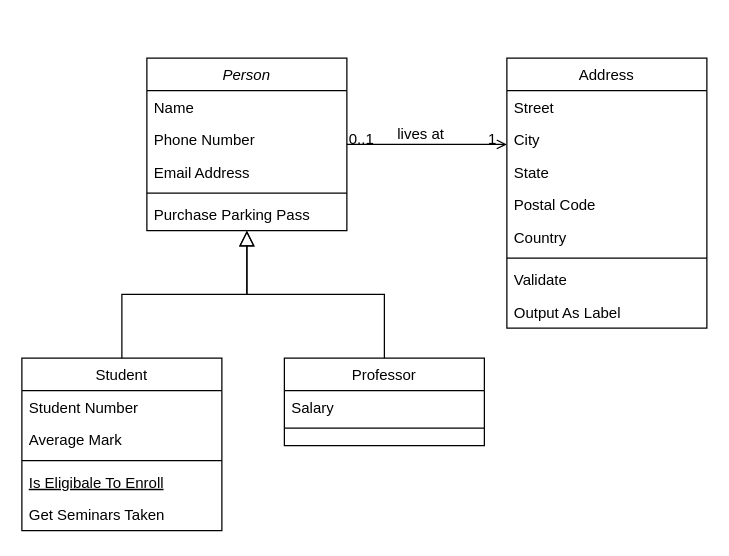
The draw.io diagram documentation/CoreClassesUML.drawio in big-dill/se-group-project, before the edit. Source tidied: cells renumbered, new cells numbered last; positions are measured from the earlier drawing's top-left corner, leaving out a move shared by most shapes. Both pictures are drawn from the tidied source at 125%, with x=0, y=0 at pixel (21, 58).
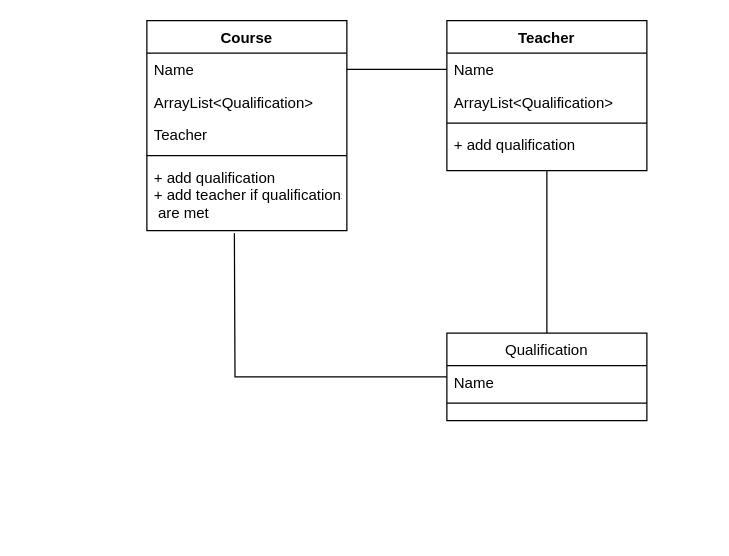
After the change.

Unchanged cells that the change refers to:
```xml
<mxCell id="3" value="Name" style="text;align=left;verticalAlign=top;spacingLeft=4;spacingRight=4;overflow=hidden;points=[[0,0.5],[1,0.5]];portConstraint=eastwest;" parent="2" vertex="1">
  <mxGeometry y="26" width="160" height="26" as="geometry" />
</mxCell>
```

Change to the diagram source:
```diff
@@
+    <mxCell id="32" style="edgeStyle=orthogonalEdgeStyle;rounded=0;jettySize=auto;html=1;entryX=0;entryY=0.5;entryDx=0;entryDy=0;endArrow=none;endFill=0;exitX=1;exitY=0.5;exitDx=0;exitDy=0;" parent="1" edge="1" source="3" target="20">
+      <mxGeometry relative="1" as="geometry" />
+    </mxCell>
-    <mxCell id="2" value="Person" style="swimlane;fontStyle=2;align=center;verticalAlign=top;horizontal=1;startSize=26;rounded=0;shadow=0;strokeWidth=1;" parent="1" vertex="1">
-      <mxGeometry x="100" width="160" height="138" as="geometry" />
+    <mxCell id="2" value="Course" style="swimlane;fontStyle=1;align=center;verticalAlign=top;horizontal=1;startSize=26;rounded=0;shadow=0;strokeWidth=1;" parent="1" vertex="1">
+      <mxGeometry x="100" y="-30" width="160" height="168" as="geometry" />
     </mxCell>
@@
-    <mxCell id="4" value="Phone Number" style="text;align=left;verticalAlign=top;spacingLeft=4;spacingRight=4;overflow=hidden;rounded=0;shadow=0;html=0;" parent="2" vertex="1">
+    <mxCell id="4" value="ArrayList&lt;Qualification&gt;" style="text;align=left;verticalAlign=top;spacingLeft=4;spacingRight=4;overflow=hidden;rounded=0;shadow=0;html=0;" parent="2" vertex="1">
       <mxGeometry y="52" width="160" height="26" as="geometry" />
     </mxCell>
-    <mxCell id="5" value="Email Address" style="text;align=left;verticalAlign=top;spacingLeft=4;spacingRight=4;overflow=hidden;rounded=0;shadow=0;html=0;" parent="2" vertex="1">
+    <mxCell id="5" value="Teacher" style="text;align=left;verticalAlign=top;spacingLeft=4;spacingRight=4;overflow=hidden;rounded=0;shadow=0;html=0;" parent="2" vertex="1">
       <mxGeometry y="78" width="160" height="26" as="geometry" />
     </mxCell>
@@
-    <mxCell id="7" value="Purchase Parking Pass" style="text;align=left;verticalAlign=top;spacingLeft=4;spacingRight=4;overflow=hidden;" parent="2" vertex="1">
-      <mxGeometry y="112" width="160" height="26" as="geometry" />
+    <mxCell id="7" value="+ add qualification&#10;+ add teacher if qualifications&#10; are met " style="text;align=left;verticalAlign=top;spacingLeft=4;spacingRight=4;overflow=hidden;" parent="2" vertex="1">
+      <mxGeometry y="112" width="160" height="48" as="geometry" />
     </mxCell>
-    <mxCell id="8" value="Student" style="swimlane;fontStyle=0;align=center;verticalAlign=top;horizontal=1;startSize=26;rounded=0;shadow=0;strokeWidth=1;" parent="1" vertex="1">
-      <mxGeometry y="240" width="160" height="138" as="geometry" />
-    </mxCell>
-    <mxCell id="9" value="Student Number" style="text;align=left;verticalAlign=top;spacingLeft=4;spacingRight=4;overflow=hidden;" parent="8" vertex="1">
-      <mxGeometry y="26" width="160" height="26" as="geometry" />
-    </mxCell>
-    <mxCell id="10" value="Average Mark" style="text;align=left;verticalAlign=top;spacingLeft=4;spacingRight=4;overflow=hidden;rounded=0;shadow=0;html=0;" parent="8" vertex="1">
-      <mxGeometry y="52" width="160" height="26" as="geometry" />
-    </mxCell>
-    <mxCell id="11" style="line;html=1;strokeWidth=1;align=left;verticalAlign=middle;spacingTop=-1;spacingLeft=3;spacingRight=3;labelPosition=right;" parent="8" vertex="1">
-      <mxGeometry y="78" width="160" height="8" as="geometry" />
-    </mxCell>
-    <mxCell id="12" value="Is Eligibale To Enroll" style="text;align=left;verticalAlign=top;spacingLeft=4;spacingRight=4;overflow=hidden;fontStyle=4;" parent="8" vertex="1">
-      <mxGeometry y="86" width="160" height="26" as="geometry" />
-    </mxCell>
-    <mxCell id="13" value="Get Seminars Taken" style="text;align=left;verticalAlign=top;spacingLeft=4;spacingRight=4;overflow=hidden;" parent="8" vertex="1">
-      <mxGeometry y="112" width="160" height="26" as="geometry" />
-    </mxCell>
-    <mxCell id="14" style="endArrow=block;endSize=10;endFill=0;shadow=0;strokeWidth=1;rounded=0;edgeStyle=elbowEdgeStyle;elbow=vertical;" parent="1" edge="1" source="8" target="2">
-      <mxGeometry relative="1" as="geometry" />
-    </mxCell>
+    <mxCell id="33" style="edgeStyle=orthogonalEdgeStyle;rounded=0;jettySize=auto;html=1;entryX=0.5;entryY=1;entryDx=0;entryDy=0;endArrow=none;endFill=0;" parent="1" edge="1" source="15" target="19">
+      <mxGeometry relative="1" as="geometry" />
+    </mxCell>
+    <mxCell id="34" style="edgeStyle=orthogonalEdgeStyle;rounded=0;jettySize=auto;html=1;endArrow=none;endFill=0;" parent="1" edge="1" source="15">
+      <mxGeometry relative="1" as="geometry">
+        <mxPoint x="170" y="140" as="targetPoint" />
+      </mxGeometry>
+    </mxCell>
-    <mxCell id="15" value="Professor" style="swimlane;fontStyle=0;align=center;verticalAlign=top;horizontal=1;startSize=26;rounded=0;shadow=0;strokeWidth=1;" parent="1" vertex="1">
-      <mxGeometry x="210" y="240" width="160" height="70" as="geometry" />
+    <mxCell id="15" value="Qualification" style="swimlane;fontStyle=0;align=center;verticalAlign=top;horizontal=1;startSize=26;rounded=0;shadow=0;strokeWidth=1;" parent="1" vertex="1">
+      <mxGeometry x="340" y="220" width="160" height="70" as="geometry" />
     </mxCell>
-    <mxCell id="16" value="Salary" style="text;align=left;verticalAlign=top;spacingLeft=4;spacingRight=4;overflow=hidden;" parent="15" vertex="1">
+    <mxCell id="16" value="Name" style="text;align=left;verticalAlign=top;spacingLeft=4;spacingRight=4;overflow=hidden;" parent="15" vertex="1">
       <mxGeometry y="26" width="160" height="26" as="geometry" />
     </mxCell>
@@
-    <mxCell id="18" style="endArrow=block;endSize=10;endFill=0;shadow=0;strokeWidth=1;rounded=0;edgeStyle=elbowEdgeStyle;elbow=vertical;" parent="1" edge="1" source="15" target="2">
-      <mxGeometry relative="1" as="geometry" />
-    </mxCell>
-    <mxCell id="19" value="Address" style="swimlane;fontStyle=0;align=center;verticalAlign=top;horizontal=1;startSize=26;rounded=0;shadow=0;strokeWidth=1;" parent="1" vertex="1">
-      <mxGeometry x="388" width="160" height="216" as="geometry" />
+    <mxCell id="19" value="Teacher" style="swimlane;fontStyle=1;align=center;verticalAlign=top;horizontal=1;startSize=26;rounded=0;shadow=0;strokeWidth=1;" parent="1" vertex="1">
+      <mxGeometry x="340" y="-30" width="160" height="120" as="geometry" />
     </mxCell>
-    <mxCell id="20" value="Street" style="text;align=left;verticalAlign=top;spacingLeft=4;spacingRight=4;overflow=hidden;points=[[0,0.5],[1,0.5]];portConstraint=eastwest;" parent="19" vertex="1">
+    <mxCell id="20" value="Name" style="text;align=left;verticalAlign=top;spacingLeft=4;spacingRight=4;overflow=hidden;points=[[0,0.5],[1,0.5]];portConstraint=eastwest;" parent="19" vertex="1">
       <mxGeometry y="26" width="160" height="26" as="geometry" />
     </mxCell>
-    <mxCell id="21" value="City" style="text;align=left;verticalAlign=top;spacingLeft=4;spacingRight=4;overflow=hidden;rounded=0;shadow=0;html=0;" parent="19" vertex="1">
-      <mxGeometry y="52" width="160" height="26" as="geometry" />
-    </mxCell>
-    <mxCell id="22" value="State" style="text;align=left;verticalAlign=top;spacingLeft=4;spacingRight=4;overflow=hidden;rounded=0;shadow=0;html=0;" parent="19" vertex="1">
-      <mxGeometry y="78" width="160" height="26" as="geometry" />
-    </mxCell>
-    <mxCell id="23" value="Postal Code" style="text;align=left;verticalAlign=top;spacingLeft=4;spacingRight=4;overflow=hidden;rounded=0;shadow=0;html=0;" parent="19" vertex="1">
-      <mxGeometry y="104" width="160" height="26" as="geometry" />
-    </mxCell>
-    <mxCell id="24" value="Country" style="text;align=left;verticalAlign=top;spacingLeft=4;spacingRight=4;overflow=hidden;rounded=0;shadow=0;html=0;" parent="19" vertex="1">
-      <mxGeometry y="130" width="160" height="26" as="geometry" />
-    </mxCell>
+    <mxCell id="35" value="ArrayList&lt;Qualification&gt;" style="text;align=left;verticalAlign=top;spacingLeft=4;spacingRight=4;overflow=hidden;rounded=0;shadow=0;html=0;" parent="19" vertex="1">
+      <mxGeometry y="52" width="160" height="26" as="geometry" />
+    </mxCell>
     <mxCell id="25" style="line;html=1;strokeWidth=1;align=left;verticalAlign=middle;spacingTop=-1;spacingLeft=3;spacingRight=3;labelPosition=right;" parent="19" vertex="1">
-      <mxGeometry y="156" width="160" height="8" as="geometry" />
+      <mxGeometry y="78" width="160" height="8" as="geometry" />
     </mxCell>
-    <mxCell id="26" value="Validate" style="text;align=left;verticalAlign=top;spacingLeft=4;spacingRight=4;overflow=hidden;" parent="19" vertex="1">
-      <mxGeometry y="164" width="160" height="26" as="geometry" />
+    <mxCell id="26" value="+ add qualification" style="text;align=left;verticalAlign=top;spacingLeft=4;spacingRight=4;overflow=hidden;" parent="19" vertex="1">
+      <mxGeometry y="86" width="160" height="26" as="geometry" />
     </mxCell>
-    <mxCell id="27" value="Output As Label" style="text;align=left;verticalAlign=top;spacingLeft=4;spacingRight=4;overflow=hidden;" parent="19" vertex="1">
-      <mxGeometry y="190" width="160" height="26" as="geometry" />
-    </mxCell>
-    <mxCell id="28" style="endArrow=open;shadow=0;strokeWidth=1;strokeColor=#000000;rounded=0;endFill=1;edgeStyle=elbowEdgeStyle;elbow=vertical;" parent="1" edge="1" source="2" target="19">
-      <mxGeometry x="0.5" y="41" relative="1" as="geometry">
-        <mxPoint x="-40" y="32" as="offset" />
-      </mxGeometry>
-    </mxCell>
-    <mxCell id="29" value="0..1" style="align=left;verticalAlign=bottom;labelBackgroundColor=none;fontSize=12;" parent="28" vertex="1">
-      <mxGeometry x="-1" relative="1" as="geometry">
-        <mxPoint y="4" as="offset" />
-      </mxGeometry>
-    </mxCell>
-    <mxCell id="30" value="1" style="align=right;verticalAlign=bottom;labelBackgroundColor=none;fontSize=12;" parent="28" vertex="1">
-      <mxGeometry x="1" relative="1" as="geometry">
-        <mxPoint x="-7" y="4" as="offset" />
-      </mxGeometry>
-    </mxCell>
-    <mxCell id="31" value="lives at" style="text;html=1;align=center;verticalAlign=middle;labelBackgroundColor=none;rounded=0;shadow=0;strokeWidth=1;fontSize=12;" parent="28" vertex="1">
-      <mxGeometry x="0.5" y="49" relative="1" as="geometry">
-        <mxPoint x="-38" y="40" as="offset" />
-      </mxGeometry>
-    </mxCell>
```
